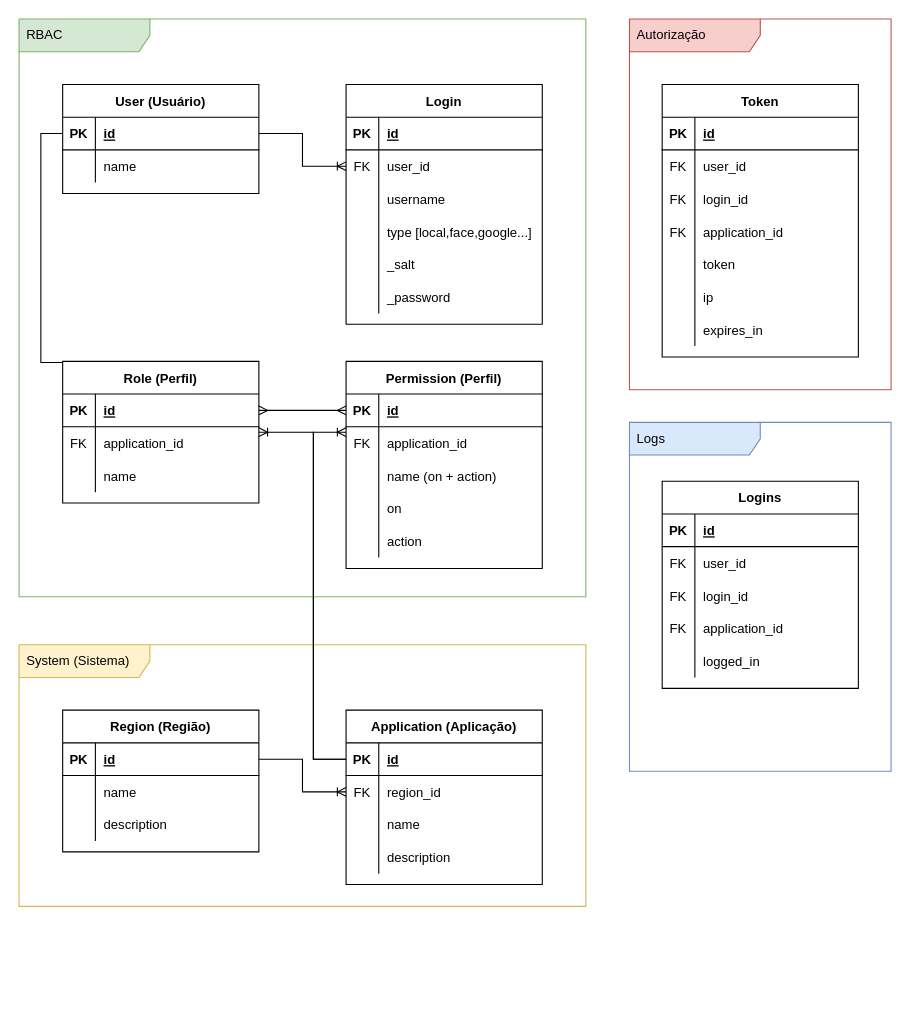
The draw.io diagram docs/diagramas/database.drawio in thalamusfiles/iam, before the edit. Source tidied: cells renumbered, new cells numbered last; positions are measured from the earlier drawing's top-left corner, leaving out a move shared by most shapes. Both pictures are drawn from the tidied source at 109%, with x=0, y=0 at pixel (19, 19).
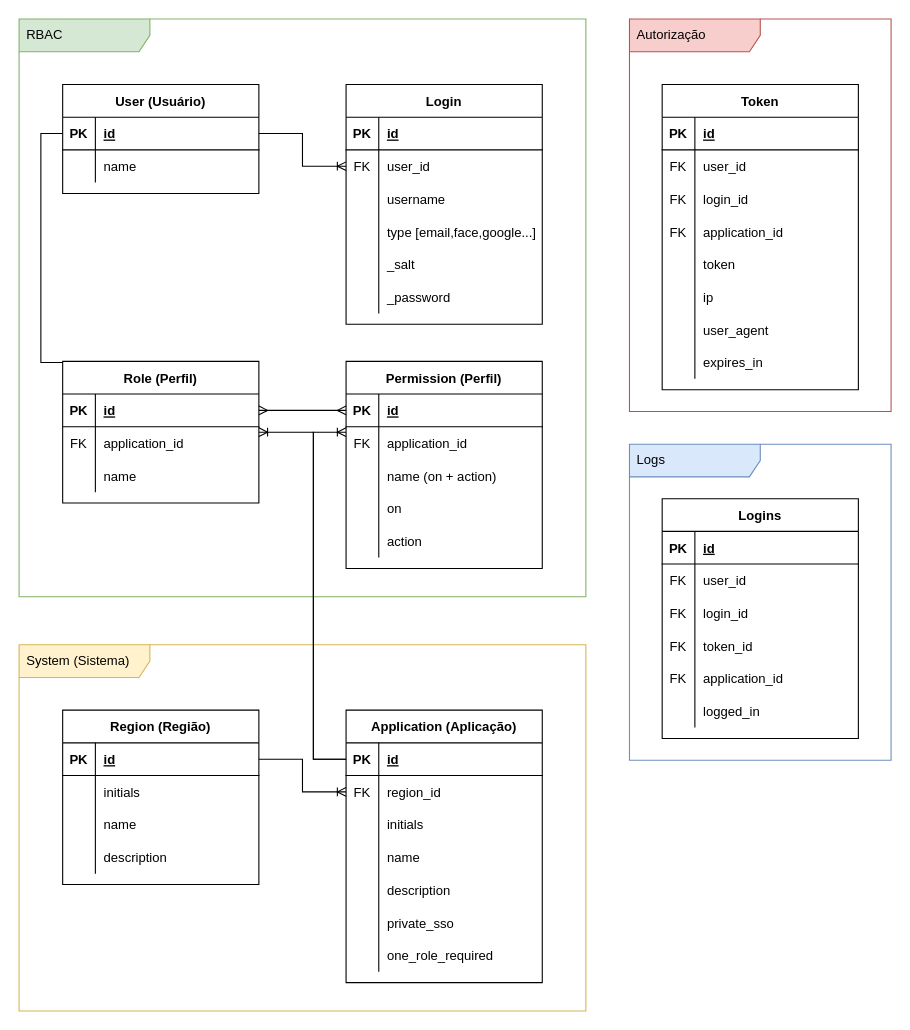
The same diagram, later.

Commit message (it also covers changes not shown here):
tela de usuário e diagrama de banco de dados

The change refers to these unchanged cells:
```xml
<mxCell id="44" style="shape=tableRow;horizontal=0;startSize=0;swimlaneHead=0;swimlaneBody=0;fillColor=none;top=0;left=0;right=0;bottom=0;" parent="40" vertex="1">
  <mxGeometry y="60" width="180" height="30" as="geometry" />
</mxCell>
<mxCell id="76" style="shape=tableRow;horizontal=0;startSize=0;swimlaneHead=0;swimlaneBody=0;fillColor=none;top=0;left=0;right=0;bottom=0;" parent="66" vertex="1">
  <mxGeometry y="120" width="180" height="30" as="geometry" />
</mxCell>
<mxCell id="119" style="shape=tableRow;horizontal=0;startSize=0;swimlaneHead=0;swimlaneBody=0;fillColor=none;top=0;left=0;right=0;bottom=0;" parent="109" vertex="1">
  <mxGeometry y="120" width="180" height="30" as="geometry" />
</mxCell>
```

What changed in the source:
```diff
@@
     <mxCell id="3" value="Autorização" style="shape=umlFrame;whiteSpace=wrap;html=1;width=120;height=30;boundedLbl=1;verticalAlign=middle;align=left;spacingLeft=5;fillColor=#f8cecc;strokeColor=#b85450;swimlaneFillColor=default;" parent="1" vertex="1">
-      <mxGeometry x="560" width="240" height="340" as="geometry" />
+      <mxGeometry x="560" width="240" height="360" as="geometry" />
     </mxCell>
@@
     <mxCell id="22" value="System (Sistema)" style="shape=umlFrame;whiteSpace=wrap;html=1;width=120;height=30;boundedLbl=1;verticalAlign=middle;align=left;spacingLeft=5;fillColor=#fff2cc;strokeColor=#d6b656;swimlaneFillColor=default;" parent="1" vertex="1">
-      <mxGeometry y="574" width="520" height="240" as="geometry" />
+      <mxGeometry y="574" width="520" height="336" as="geometry" />
     </mxCell>
@@
     <mxCell id="40" value="Region (Região)" style="shape=table;startSize=30;childLayout=tableLayout;rowLines=0;fontStyle=1;align=center;" parent="1" vertex="1">
-      <mxGeometry x="40" y="634" width="180" height="130" as="geometry" />
+      <mxGeometry x="40" y="634" width="180" height="160" as="geometry" />
     </mxCell>
@@
-    <mxCell id="46" value="name" style="shape=partialRectangle;fillColor=none;top=0;left=0;bottom=0;right=0;align=left;spacingLeft=6;overflow=hidden;" parent="44" vertex="1">
+    <mxCell id="46" value="initials" style="shape=partialRectangle;fillColor=none;top=0;left=0;bottom=0;right=0;align=left;spacingLeft=6;overflow=hidden;" parent="44" vertex="1">
       <mxGeometry x="30" width="150" height="30" as="geometry" />
     </mxCell>
+    <mxCell id="125" style="shape=tableRow;horizontal=0;startSize=0;swimlaneHead=0;swimlaneBody=0;fillColor=none;top=0;left=0;right=0;bottom=0;" parent="40" vertex="1">
+      <mxGeometry y="90" width="180" height="30" as="geometry" />
+    </mxCell>
+    <mxCell id="126" style="shape=partialRectangle;fillColor=none;top=0;left=0;bottom=0;right=0;overflow=hidden;" parent="125" vertex="1">
+      <mxGeometry width="30" height="30" as="geometry" />
+    </mxCell>
+    <mxCell id="127" value="name" style="shape=partialRectangle;fillColor=none;top=0;left=0;bottom=0;right=0;align=left;spacingLeft=6;overflow=hidden;" parent="125" vertex="1">
+      <mxGeometry x="30" width="150" height="30" as="geometry" />
+    </mxCell>
     <mxCell id="47" style="shape=tableRow;horizontal=0;startSize=0;swimlaneHead=0;swimlaneBody=0;fillColor=none;top=0;left=0;right=0;bottom=0;" parent="40" vertex="1">
-      <mxGeometry y="90" width="180" height="30" as="geometry" />
+      <mxGeometry y="120" width="180" height="30" as="geometry" />
     </mxCell>
@@
     <mxCell id="50" value="Application (Aplicação)" style="shape=table;startSize=30;childLayout=tableLayout;rowLines=0;fontStyle=1;align=center;" parent="1" vertex="1">
-      <mxGeometry x="300" y="634" width="180" height="160" as="geometry" />
+      <mxGeometry x="300" y="634" width="180" height="250" as="geometry" />
     </mxCell>
@@
+    <mxCell id="128" style="shape=tableRow;horizontal=0;startSize=0;swimlaneHead=0;swimlaneBody=0;fillColor=none;top=0;left=0;right=0;bottom=0;" parent="50" vertex="1">
+      <mxGeometry y="90" width="180" height="30" as="geometry" />
+    </mxCell>
+    <mxCell id="129" style="shape=partialRectangle;fillColor=none;top=0;left=0;bottom=0;right=0;overflow=hidden;" parent="128" vertex="1">
+      <mxGeometry width="30" height="30" as="geometry" />
+    </mxCell>
+    <mxCell id="130" value="initials" style="shape=partialRectangle;fillColor=none;top=0;left=0;bottom=0;right=0;align=left;spacingLeft=6;overflow=hidden;" parent="128" vertex="1">
+      <mxGeometry x="30" width="150" height="30" as="geometry" />
+    </mxCell>
     <mxCell id="57" style="shape=tableRow;horizontal=0;startSize=0;swimlaneHead=0;swimlaneBody=0;fillColor=none;top=0;left=0;right=0;bottom=0;" parent="50" vertex="1">
-      <mxGeometry y="90" width="180" height="30" as="geometry" />
+      <mxGeometry y="120" width="180" height="30" as="geometry" />
     </mxCell>
@@
     <mxCell id="60" style="shape=tableRow;horizontal=0;startSize=0;swimlaneHead=0;swimlaneBody=0;fillColor=none;top=0;left=0;right=0;bottom=0;" parent="50" vertex="1">
-      <mxGeometry y="120" width="180" height="30" as="geometry" />
+      <mxGeometry y="150" width="180" height="30" as="geometry" />
     </mxCell>
@@
+    <mxCell id="131" style="shape=tableRow;horizontal=0;startSize=0;swimlaneHead=0;swimlaneBody=0;fillColor=none;top=0;left=0;right=0;bottom=0;" parent="50" vertex="1">
+      <mxGeometry y="180" width="180" height="30" as="geometry" />
+    </mxCell>
+    <mxCell id="132" style="shape=partialRectangle;fillColor=none;top=0;left=0;bottom=0;right=0;overflow=hidden;" parent="131" vertex="1">
+      <mxGeometry width="30" height="30" as="geometry" />
+    </mxCell>
+    <mxCell id="133" value="private_sso" style="shape=partialRectangle;fillColor=none;top=0;left=0;bottom=0;right=0;align=left;spacingLeft=6;overflow=hidden;" parent="131" vertex="1">
+      <mxGeometry x="30" width="150" height="30" as="geometry" />
+    </mxCell>
+    <mxCell id="134" style="shape=tableRow;horizontal=0;startSize=0;swimlaneHead=0;swimlaneBody=0;fillColor=none;top=0;left=0;right=0;bottom=0;" parent="50" vertex="1">
+      <mxGeometry y="210" width="180" height="30" as="geometry" />
+    </mxCell>
+    <mxCell id="135" style="shape=partialRectangle;fillColor=none;top=0;left=0;bottom=0;right=0;overflow=hidden;" parent="134" vertex="1">
+      <mxGeometry width="30" height="30" as="geometry" />
+    </mxCell>
+    <mxCell id="136" value="one_role_required" style="shape=partialRectangle;fillColor=none;top=0;left=0;bottom=0;right=0;align=left;spacingLeft=6;overflow=hidden;" parent="134" vertex="1">
+      <mxGeometry x="30" width="150" height="30" as="geometry" />
+    </mxCell>
@@
-    <mxCell id="78" value="type [local,face,google...]" style="shape=partialRectangle;fillColor=none;top=0;left=0;bottom=0;right=0;align=left;spacingLeft=6;overflow=hidden;" parent="76" vertex="1">
+    <mxCell id="78" value="type [email,face,google...]" style="shape=partialRectangle;fillColor=none;top=0;left=0;bottom=0;right=0;align=left;spacingLeft=6;overflow=hidden;" parent="76" vertex="1">
       <mxGeometry x="30" width="150" height="30" as="geometry" />
     </mxCell>
@@
     <mxCell id="86" value="Token" style="shape=table;startSize=30;childLayout=tableLayout;rowLines=0;fontStyle=1;align=center;" parent="1" vertex="1">
-      <mxGeometry x="590" y="60" width="180" height="250" as="geometry" />
+      <mxGeometry x="590" y="60" width="180" height="280" as="geometry" />
     </mxCell>
@@
+    <mxCell id="137" style="shape=tableRow;horizontal=0;startSize=0;swimlaneHead=0;swimlaneBody=0;fillColor=none;top=0;left=0;right=0;bottom=0;" parent="86" vertex="1">
+      <mxGeometry y="210" width="180" height="30" as="geometry" />
+    </mxCell>
+    <mxCell id="138" style="shape=partialRectangle;fillColor=none;top=0;left=0;bottom=0;right=0;overflow=hidden;" parent="137" vertex="1">
+      <mxGeometry width="30" height="30" as="geometry" />
+    </mxCell>
+    <mxCell id="139" value="user_agent" style="shape=partialRectangle;fillColor=none;top=0;left=0;bottom=0;right=0;align=left;spacingLeft=6;overflow=hidden;" parent="137" vertex="1">
+      <mxGeometry x="30" width="150" height="30" as="geometry" />
+    </mxCell>
     <mxCell id="105" style="shape=tableRow;horizontal=0;startSize=0;swimlaneHead=0;swimlaneBody=0;fillColor=none;top=0;left=0;right=0;bottom=0;" parent="86" vertex="1">
-      <mxGeometry y="210" width="180" height="30" as="geometry" />
+      <mxGeometry y="240" width="180" height="30" as="geometry" />
     </mxCell>
@@
     <mxCell id="108" value="Logs" style="shape=umlFrame;whiteSpace=wrap;html=1;width=120;height=30;boundedLbl=1;verticalAlign=middle;align=left;spacingLeft=5;fillColor=#dae8fc;strokeColor=#6c8ebf;swimlaneFillColor=default;" parent="1" vertex="1">
-      <mxGeometry x="560" y="370" width="240" height="320" as="geometry" />
+      <mxGeometry x="560" y="390" width="240" height="290" as="geometry" />
     </mxCell>
     <mxCell id="109" value="Logins" style="shape=table;startSize=30;childLayout=tableLayout;rowLines=0;fontStyle=1;align=center;" parent="1" vertex="1">
-      <mxGeometry x="590" y="424" width="180" height="190" as="geometry" />
+      <mxGeometry x="590" y="440" width="180" height="220" as="geometry" />
     </mxCell>
@@
-    <mxCell id="121" value="application_id" style="shape=partialRectangle;fillColor=none;top=0;left=0;bottom=0;right=0;align=left;spacingLeft=6;fontStyle=0;overflow=hidden;" parent="119" vertex="1">
+    <mxCell id="121" value="token_id" style="shape=partialRectangle;fillColor=none;top=0;left=0;bottom=0;right=0;align=left;spacingLeft=6;fontStyle=0;overflow=hidden;" parent="119" vertex="1">
       <mxGeometry x="30" width="150" height="30" as="geometry" />
     </mxCell>
+    <mxCell id="140" style="shape=tableRow;horizontal=0;startSize=0;swimlaneHead=0;swimlaneBody=0;fillColor=none;top=0;left=0;right=0;bottom=0;" parent="109" vertex="1">
+      <mxGeometry y="150" width="180" height="30" as="geometry" />
+    </mxCell>
+    <mxCell id="141" value="FK" style="shape=partialRectangle;fillColor=none;top=0;left=0;bottom=0;right=0;fontStyle=0;overflow=hidden;" parent="140" vertex="1">
+      <mxGeometry width="30" height="30" as="geometry" />
+    </mxCell>
+    <mxCell id="142" value="application_id" style="shape=partialRectangle;fillColor=none;top=0;left=0;bottom=0;right=0;align=left;spacingLeft=6;fontStyle=0;overflow=hidden;" parent="140" vertex="1">
+      <mxGeometry x="30" width="150" height="30" as="geometry" />
+    </mxCell>
     <mxCell id="122" style="shape=tableRow;horizontal=0;startSize=0;swimlaneHead=0;swimlaneBody=0;fillColor=none;top=0;left=0;right=0;bottom=0;" parent="109" vertex="1">
-      <mxGeometry y="150" width="180" height="30" as="geometry" />
+      <mxGeometry y="180" width="180" height="30" as="geometry" />
     </mxCell>
```
